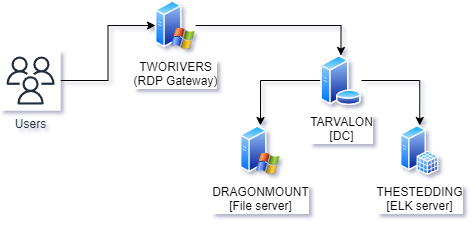
Earlier version of the draw.io export 0_setup/dc31_network_diagram.png (arosenmund/defcon_31_ad_good_bad_lolWut). Source tidied: cells renumbered, new cells last; positions are measured from the earlier drawing's top-left corner, leaving out a move shared by most shapes.
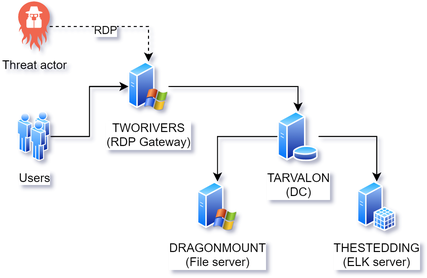
After the change.

The edit, as a diff of the source:
```diff
@@ -2,32 +2,46 @@
   <root>
     <mxCell id="0" />
     <mxCell id="1" parent="0" />
-    <mxCell id="2" style="edgeStyle=orthogonalEdgeStyle;rounded=0;jettySize=auto;html=1;" parent="1" edge="1" source="4" target="7">
-      <mxGeometry relative="1" as="geometry" />
-    </mxCell>
-    <mxCell id="3" style="edgeStyle=orthogonalEdgeStyle;rounded=0;jettySize=auto;html=1;" parent="1" edge="1" source="4" target="8">
-      <mxGeometry relative="1" as="geometry" />
-    </mxCell>
-    <mxCell id="4" value="TARVALON&lt;br&gt;[DC]" style="image;perimeter=ellipsePerimeter;html=1;align=center;shadow=0;dashed=0;spacingTop=3;image=img/lib/active_directory/database_server.svg;" parent="1" vertex="1">
-      <mxGeometry x="320" y="55" width="41" height="50" as="geometry" />
-    </mxCell>
-    <mxCell id="5" style="edgeStyle=orthogonalEdgeStyle;rounded=0;jettySize=auto;html=1;" parent="1" edge="1" source="6" target="4">
-      <mxGeometry relative="1" as="geometry" />
-    </mxCell>
+    <mxCell id="11" style="edgeStyle=orthogonalEdgeStyle;rounded=0;jettySize=auto;html=1;" parent="1" edge="1" source="13" target="15">
+      <mxGeometry relative="1" as="geometry" />
+    </mxCell>
+    <mxCell id="12" style="edgeStyle=orthogonalEdgeStyle;rounded=0;jettySize=auto;html=1;" parent="1" edge="1" source="13" target="16">
+      <mxGeometry relative="1" as="geometry" />
+    </mxCell>
+    <mxCell id="13" value="TARVALON&lt;br&gt;(DC)" style="perimeter=ellipsePerimeter;html=1;align=center;shadow=0;dashed=0;spacingTop=3;image;image=img/lib/active_directory/database_server.svg;" parent="1" vertex="1">
+      <mxGeometry x="130" y="100" width="41" height="50" as="geometry" />
+    </mxCell>
+    <mxCell id="14" style="edgeStyle=orthogonalEdgeStyle;rounded=0;jettySize=auto;html=1;entryX=0.5;entryY=0;entryDx=0;entryDy=0;" parent="1" edge="1" source="6" target="13">
+      <mxGeometry relative="1" as="geometry">
+        <Array as="points">
+          <mxPoint x="150" y="75" />
+          <mxPoint x="150" y="100" />
+        </Array>
+      </mxGeometry>
+    </mxCell>
-    <mxCell id="6" value="TWORIVERS&lt;br&gt;(RDP Gateway)" style="image;perimeter=ellipsePerimeter;html=1;align=center;shadow=0;dashed=0;spacingTop=3;image=img/lib/active_directory/windows_server_2.svg;" parent="1" vertex="1">
-      <mxGeometry x="155" width="40" height="50" as="geometry" />
+    <mxCell id="6" value="TWORIVERS&lt;br&gt;(RDP Gateway)" style="perimeter=ellipsePerimeter;html=1;align=center;shadow=0;dashed=0;spacingTop=3;image;image=img/lib/active_directory/windows_server_2.svg;" parent="1" vertex="1">
+      <mxGeometry x="-19" y="50" width="40" height="50" as="geometry" />
     </mxCell>
-    <mxCell id="7" value="DRAGONMOUNT&lt;br&gt;[File server]" style="image;perimeter=ellipsePerimeter;html=1;align=center;shadow=0;dashed=0;spacingTop=3;image=img/lib/active_directory/windows_server_2.svg;" parent="1" vertex="1">
-      <mxGeometry x="240" y="125" width="40" height="50" as="geometry" />
-    </mxCell>
-    <mxCell id="8" value="THESTEDDING&lt;br&gt;[ELK server]" style="image;perimeter=ellipsePerimeter;html=1;align=center;shadow=0;dashed=0;spacingTop=3;image=img/lib/active_directory/sql_server.svg;" parent="1" vertex="1">
-      <mxGeometry x="400" y="125" width="38.5" height="50" as="geometry" />
-    </mxCell>
+    <mxCell id="15" value="DRAGONMOUNT&lt;br&gt;(File server)" style="perimeter=ellipsePerimeter;html=1;align=center;shadow=0;dashed=0;spacingTop=3;image;image=img/lib/active_directory/windows_server_2.svg;" parent="1" vertex="1">
+      <mxGeometry x="50" y="170" width="40" height="50" as="geometry" />
+    </mxCell>
+    <mxCell id="16" value="THESTEDDING&lt;br&gt;(ELK server)" style="perimeter=ellipsePerimeter;html=1;align=center;shadow=0;dashed=0;spacingTop=3;image;image=img/lib/active_directory/sql_server.svg;" parent="1" vertex="1">
+      <mxGeometry x="210" y="170" width="38.5" height="50" as="geometry" />
+    </mxCell>
     <mxCell id="9" style="edgeStyle=orthogonalEdgeStyle;rounded=0;jettySize=auto;html=1;" parent="1" edge="1" source="10" target="6">
       <mxGeometry relative="1" as="geometry" />
     </mxCell>
-    <mxCell id="10" value="Users" style="sketch=0;outlineConnect=0;fontColor=#232F3E;gradientColor=none;strokeColor=#232F3E;fillColor=#ffffff;dashed=0;verticalLabelPosition=bottom;verticalAlign=top;align=center;html=1;fontSize=12;fontStyle=0;shape=mxgraph.aws4.resourceIcon;resIcon=mxgraph.aws4.users;" parent="1" vertex="1">
-      <mxGeometry y="50" width="60" height="60" as="geometry" />
+    <mxCell id="10" value="Users" style="perimeter=ellipsePerimeter;html=1;align=center;shadow=0;dashed=0;spacingTop=3;image;image=img/lib/active_directory/users.svg;" parent="1" vertex="1">
+      <mxGeometry x="-130" y="100" width="33" height="50" as="geometry" />
     </mxCell>
+    <mxCell id="17" style="edgeStyle=orthogonalEdgeStyle;rounded=0;jettySize=auto;html=1;dashed=1;" parent="1" edge="1" source="19" target="6">
+      <mxGeometry relative="1" as="geometry" />
+    </mxCell>
+    <mxCell id="18" value="RDP" style="edgeLabel;html=1;align=center;verticalAlign=middle;" parent="17" vertex="1">
+      <mxGeometry x="-0.18" y="-3" relative="1" as="geometry" />
+    </mxCell>
+    <mxCell id="19" value="Threat actor" style="verticalLabelPosition=bottom;sketch=0;html=1;fillColor=#F06650;strokeColor=#ffffff;verticalAlign=top;align=center;points=[];shape=mxgraph.cisco_safe.compositeIcon;bgIcon=threat2;resIcon=mxgraph.cisco_safe.threat.threat_b3;" parent="1" vertex="1">
+      <mxGeometry x="-129.2" y="-10" width="31.5" height="50" as="geometry" />
+    </mxCell>
   </root>
 </mxGraphModel>
```
